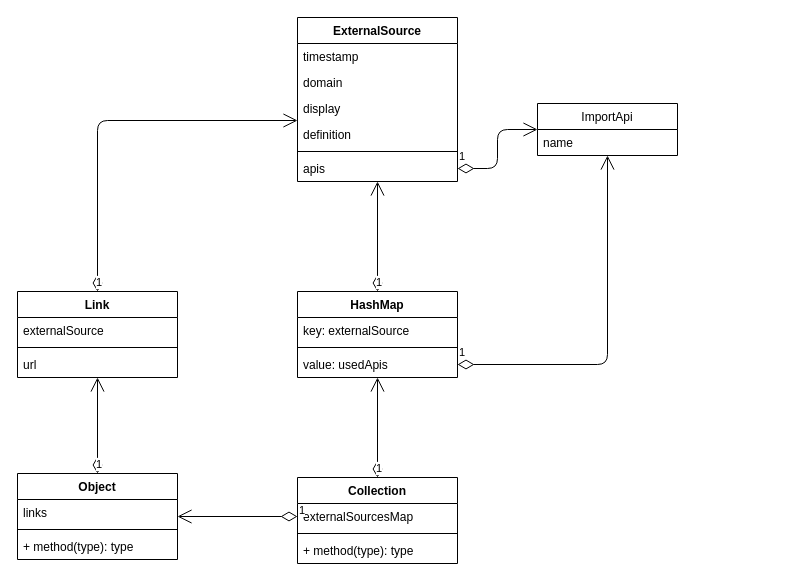
kids-cademy/atlas-studio keeps this draw.io diagram as page "Page-2" (1 of 2) of doc/external-sources.drawio. Above is the earlier version. Source tidied: cells renumbered, new cells numbered last; positions are measured from the earlier drawing's top-left corner, leaving out a move shared by most shapes. Both pictures are drawn from the tidied source at 100%, with x=0, y=0 at pixel (17, 17).
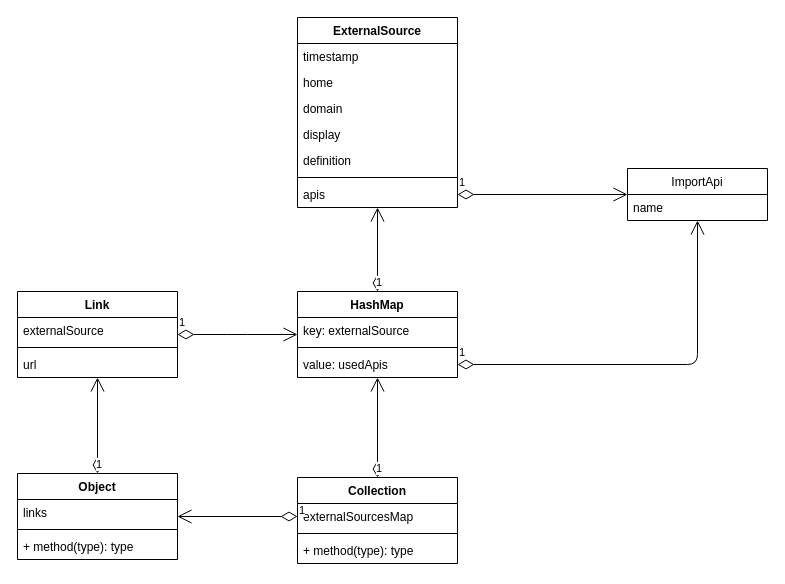
After the change.

The change refers to these unchanged cells:
```xml
<mxCell id="6" value="HashMap" style="swimlane;fontStyle=1;align=center;verticalAlign=top;horizontal=1;startSize=26;" parent="1" vertex="1">
  <mxGeometry x="280" y="274" width="160" height="86" as="geometry" />
</mxCell>
<mxCell id="14" value="Link" style="swimlane;fontStyle=1;align=center;verticalAlign=top;horizontal=1;startSize=26;" parent="1" vertex="1">
  <mxGeometry y="274" width="160" height="86" as="geometry" />
</mxCell>
```

Change to the diagram source:
```diff
@@
-    <mxCell id="18" value="1" style="endArrow=open;html=1;endSize=12;startArrow=diamondThin;startSize=14;startFill=0;edgeStyle=orthogonalEdgeStyle;align=left;verticalAlign=bottom;" parent="1" edge="1" source="14" target="25">
+    <mxCell id="18" value="1" style="endArrow=open;html=1;endSize=12;startArrow=diamondThin;startSize=14;startFill=0;edgeStyle=orthogonalEdgeStyle;align=left;verticalAlign=bottom;" parent="1" edge="1" source="14" target="6">
       <mxGeometry x="-1" y="3" relative="1" as="geometry">
         <Array as="points">
-          <mxPoint x="80" y="103" />
+          <mxPoint x="220" y="317" />
+          <mxPoint x="220" y="317" />
         </Array>
       </mxGeometry>
     </mxCell>
@@
     <mxCell id="25" value="ExternalSource" style="swimlane;fontStyle=1;align=center;verticalAlign=top;horizontal=1;startSize=26;" parent="1" vertex="1">
-      <mxGeometry x="280" width="160" height="164" as="geometry" />
+      <mxGeometry x="280" width="160" height="190" as="geometry" />
     </mxCell>
@@
+    <mxCell id="34" value="home" style="text;strokeColor=none;fillColor=none;align=left;verticalAlign=top;spacingLeft=4;spacingRight=4;overflow=hidden;" parent="25" vertex="1">
+      <mxGeometry y="52" width="160" height="26" as="geometry" />
+    </mxCell>
     <mxCell id="27" value="domain" style="text;strokeColor=none;fillColor=none;align=left;verticalAlign=top;spacingLeft=4;spacingRight=4;overflow=hidden;" parent="25" vertex="1">
-      <mxGeometry y="52" width="160" height="26" as="geometry" />
+      <mxGeometry y="78" width="160" height="26" as="geometry" />
     </mxCell>
     <mxCell id="28" value="display" style="text;strokeColor=none;fillColor=none;align=left;verticalAlign=top;spacingLeft=4;spacingRight=4;overflow=hidden;" parent="25" vertex="1">
-      <mxGeometry y="78" width="160" height="26" as="geometry" />
+      <mxGeometry y="104" width="160" height="26" as="geometry" />
     </mxCell>
     <mxCell id="29" value="definition" style="text;strokeColor=none;fillColor=none;align=left;verticalAlign=top;spacingLeft=4;spacingRight=4;overflow=hidden;" parent="25" vertex="1">
-      <mxGeometry y="104" width="160" height="26" as="geometry" />
+      <mxGeometry y="130" width="160" height="26" as="geometry" />
     </mxCell>
     <mxCell id="30" style="line;strokeWidth=1;fillColor=none;align=left;verticalAlign=middle;spacingTop=-1;spacingLeft=3;spacingRight=3;labelPosition=right;" parent="25" vertex="1">
-      <mxGeometry y="130" width="160" height="8" as="geometry" />
+      <mxGeometry y="156" width="160" height="8" as="geometry" />
     </mxCell>
     <mxCell id="31" value="apis" style="text;strokeColor=none;fillColor=none;align=left;verticalAlign=top;spacingLeft=4;spacingRight=4;overflow=hidden;points=[[0,0.5],[1,0.5]];portConstraint=eastwest;" parent="25" vertex="1">
-      <mxGeometry y="138" width="160" height="26" as="geometry" />
+      <mxGeometry y="164" width="160" height="26" as="geometry" />
     </mxCell>
     <mxCell id="32" value="ImportApi" style="swimlane;fontStyle=0;horizontal=1;startSize=26;fillColor=none;" parent="1" vertex="1">
-      <mxGeometry x="520" y="86" width="140" height="52" as="geometry" />
+      <mxGeometry x="610" y="151" width="140" height="52" as="geometry" />
     </mxCell>
```
